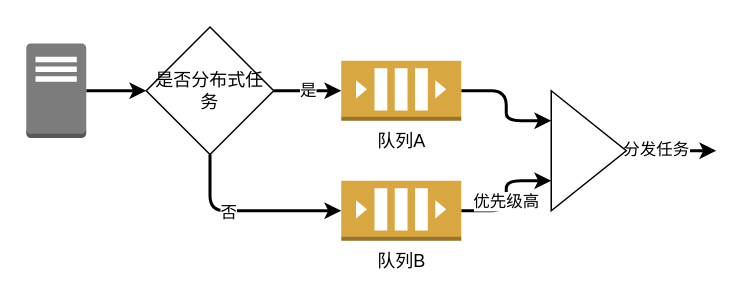
Earlier version of the draw.io diagram page "第 1 页" (1 of 2) of workflow.drawio (foreignbill/drawio). Source tidied: cells renumbered, new cells numbered last; positions are measured from the earlier drawing's top-left corner, leaving out a move shared by most shapes. Both pictures are drawn from the tidied source at 150%, with x=0, y=0 at pixel (26, 27).
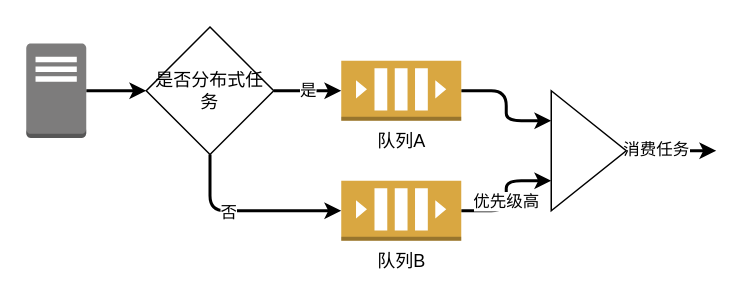
The same diagram, later.

Change to the diagram source:
```diff
@@
 <mxGraphModel>
   <root>
     <mxCell id="0" />
     <mxCell id="1" parent="0" />
     <mxCell id="2" style="edgeStyle=orthogonalEdgeStyle;rounded=1;jettySize=auto;html=1;exitX=1;exitY=0.5;exitDx=0;exitDy=0;exitPerimeter=0;entryX=0;entryY=0.25;entryDx=0;entryDy=0;strokeWidth=2;startSize=5;endSize=5;fillColor=#0D0D0D;" parent="1" edge="1" source="3" target="15">
       <mxGeometry relative="1" as="geometry" />
     </mxCell>
     <mxCell id="3" value="队列A" style="outlineConnect=0;dashed=0;verticalLabelPosition=bottom;verticalAlign=top;align=center;html=1;shape=mxgraph.aws3.queue;fillColor=#D9A741;gradientColor=none;" parent="1" vertex="1">
       <mxGeometry x="210" y="22" width="80" height="40" as="geometry" />
     </mxCell>
     <mxCell id="4" style="edgeStyle=orthogonalEdgeStyle;rounded=1;jettySize=auto;html=1;exitX=1;exitY=0.5;exitDx=0;exitDy=0;exitPerimeter=0;entryX=0;entryY=0.75;entryDx=0;entryDy=0;strokeWidth=2;startSize=5;endSize=5;fillColor=#0D0D0D;" parent="1" edge="1" source="6" target="15">
       <mxGeometry relative="1" as="geometry" />
     </mxCell>
     <mxCell id="5" value="优先级高" style="edgeLabel;html=1;align=center;verticalAlign=middle;" parent="4" vertex="1">
       <mxGeometry x="-0.07" y="1" relative="1" as="geometry" />
     </mxCell>
     <mxCell id="6" value="队列B" style="outlineConnect=0;dashed=0;verticalLabelPosition=bottom;verticalAlign=top;align=center;html=1;shape=mxgraph.aws3.queue;fillColor=#D9A741;gradientColor=none;" parent="1" vertex="1">
       <mxGeometry x="210" y="102" width="80" height="40" as="geometry" />
     </mxCell>
     <mxCell id="7" style="edgeStyle=orthogonalEdgeStyle;rounded=1;jettySize=auto;html=1;exitX=1;exitY=0.5;exitDx=0;exitDy=0;exitPerimeter=0;entryX=0;entryY=0.5;entryDx=0;entryDy=0;strokeWidth=2;startSize=5;endSize=5;fillColor=#0D0D0D;" parent="1" edge="1" source="8" target="12">
       <mxGeometry relative="1" as="geometry" />
     </mxCell>
     <mxCell id="8" style="outlineConnect=0;dashed=0;verticalLabelPosition=bottom;verticalAlign=top;align=center;html=1;shape=mxgraph.aws3.traditional_server;fillColor=#7D7C7C;gradientColor=none;" parent="1" vertex="1">
       <mxGeometry y="10.5" width="40" height="63" as="geometry" />
     </mxCell>
     <mxCell id="9" value="是" style="edgeStyle=orthogonalEdgeStyle;rounded=1;jettySize=auto;html=1;exitX=1;exitY=0.5;exitDx=0;exitDy=0;entryX=0;entryY=0.5;entryDx=0;entryDy=0;entryPerimeter=0;strokeWidth=2;startSize=5;endSize=5;fillColor=#0D0D0D;" parent="1" edge="1" source="12" target="3">
       <mxGeometry relative="1" as="geometry" />
     </mxCell>
     <mxCell id="10" style="edgeStyle=orthogonalEdgeStyle;rounded=1;jettySize=auto;html=1;entryX=0;entryY=0.5;entryDx=0;entryDy=0;entryPerimeter=0;strokeWidth=2;startSize=5;endSize=5;fillColor=#0D0D0D;exitX=0.5;exitY=1;exitDx=0;exitDy=0;" parent="1" edge="1" source="12" target="6">
       <mxGeometry relative="1" as="geometry" />
     </mxCell>
     <mxCell id="11" value="否" style="edgeLabel;html=1;align=center;verticalAlign=middle;" parent="10" vertex="1">
       <mxGeometry x="-0.21" relative="1" as="geometry" />
     </mxCell>
     <mxCell id="12" value="是否分布式任务" style="rhombus;whiteSpace=wrap;html=1;" parent="1" vertex="1">
       <mxGeometry x="80" y="-0.5" width="85" height="85" as="geometry" />
     </mxCell>
     <mxCell id="13" style="edgeStyle=orthogonalEdgeStyle;rounded=1;jettySize=auto;html=1;strokeWidth=2;startSize=5;endSize=5;fillColor=#0D0D0D;" parent="1" edge="1" source="15">
       <mxGeometry relative="1" as="geometry">
         <mxPoint x="460" y="82" as="targetPoint" />
       </mxGeometry>
     </mxCell>
-    <mxCell id="14" value="分发任务" style="edgeLabel;html=1;align=center;verticalAlign=middle;" parent="13" vertex="1">
+    <mxCell id="14" value="消费任务" style="edgeLabel;html=1;align=center;verticalAlign=middle;" parent="13" vertex="1">
       <mxGeometry x="-0.37" y="2" relative="1" as="geometry" />
     </mxCell>
     <mxCell id="15" style="triangle;whiteSpace=wrap;html=1;" parent="1" vertex="1">
       <mxGeometry x="350" y="42" width="50" height="80" as="geometry" />
     </mxCell>
   </root>
 </mxGraphModel>
```
